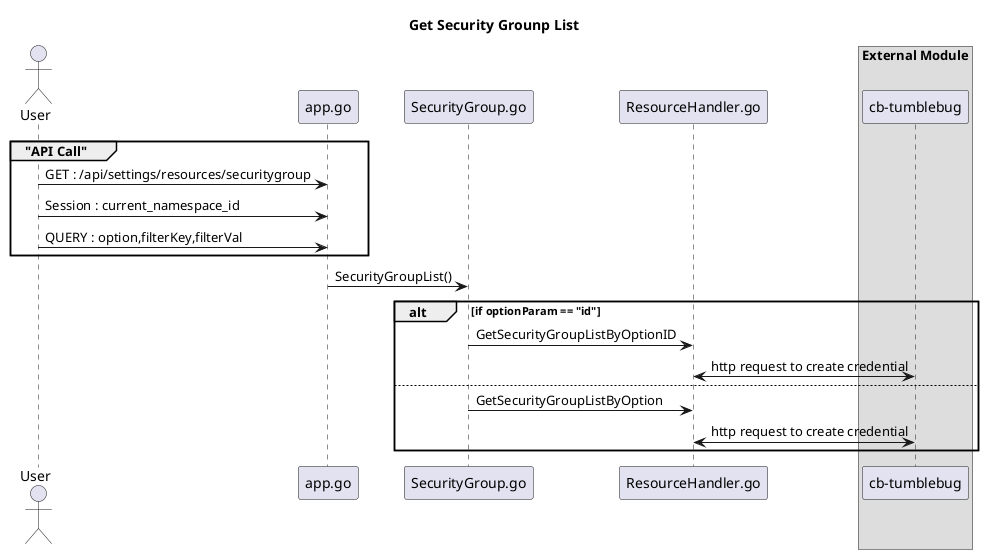
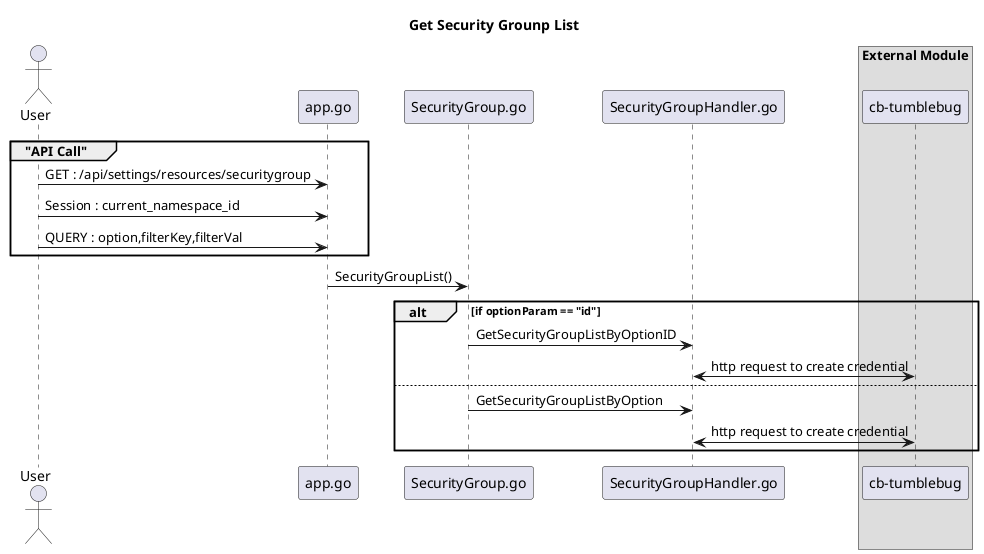
@startuml

title "Get Security Grounp List"

actor User as user
participant "app.go" as app
participant "SecurityGroup.go" as route
- participant "ResourceHandler.go" as handler
+ participant "SecurityGroupHandler.go" as handler

box "External Module"
participant "cb-tumblebug" as tumblebug

group "API Call"
user -> app : GET : /api/settings/resources/securitygroup
user -> app : Session : current_namespace_id
user -> app : QUERY : option,filterKey,filterVal

end

app -> route : SecurityGroupList()
alt if optionParam == "id"
route -> handler: GetSecurityGroupListByOptionID
handler <-> tumblebug: http request to create credential
else
route -> handler: GetSecurityGroupListByOption
handler <-> tumblebug: http request to create credential
end


@enduml